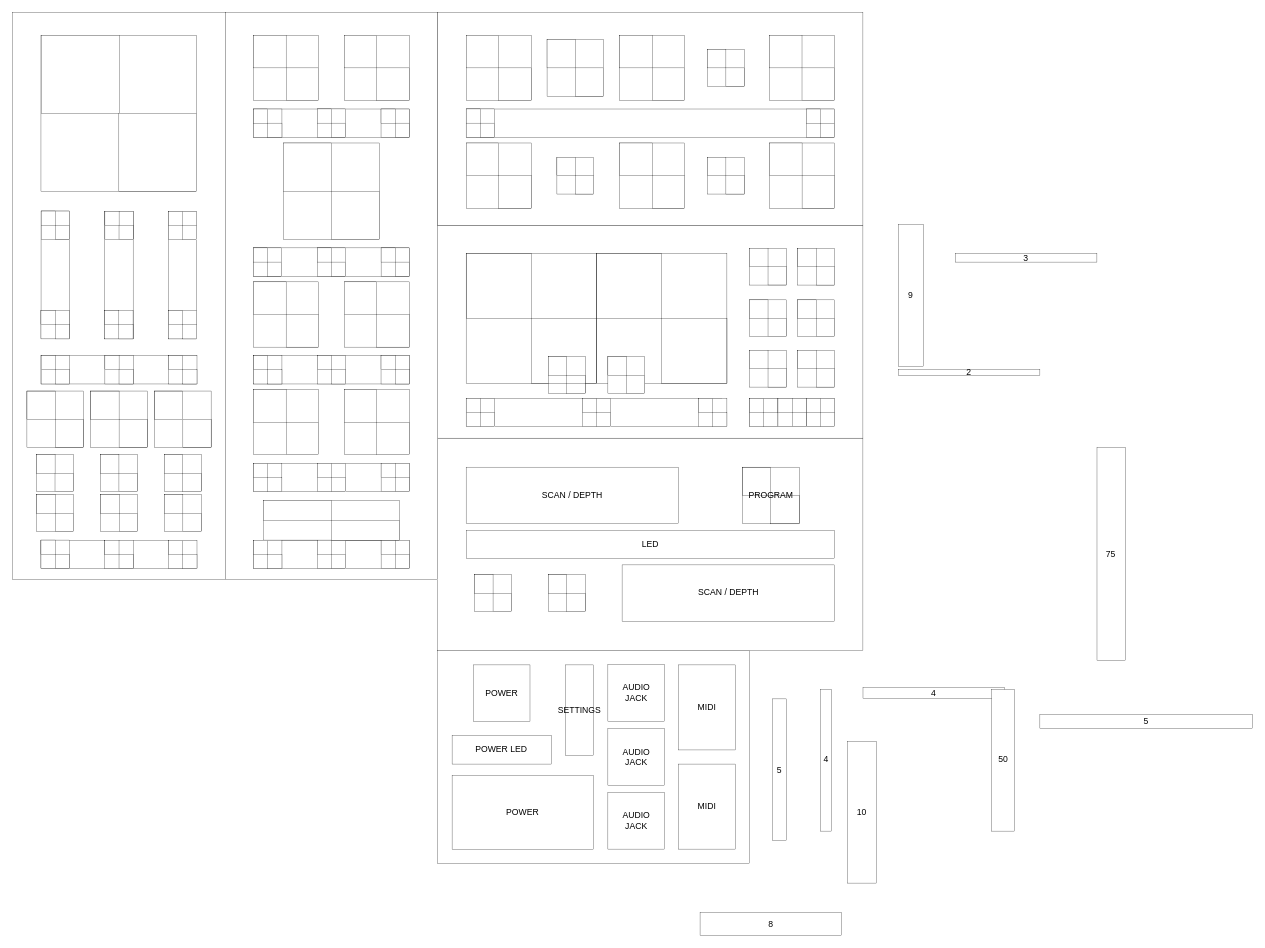
Earlier version of the draw.io diagram page "Page-3" (3 of 4) of Untitled Diagram.drawio (wtfedor/git_intro). Source tidied: cells renumbered, new cells numbered last; positions are measured from the earlier drawing's top-left corner, leaving out a move shared by most shapes. Both pictures are drawn from the tidied source at 72%, with x=0, y=0 at pixel (12, 12).
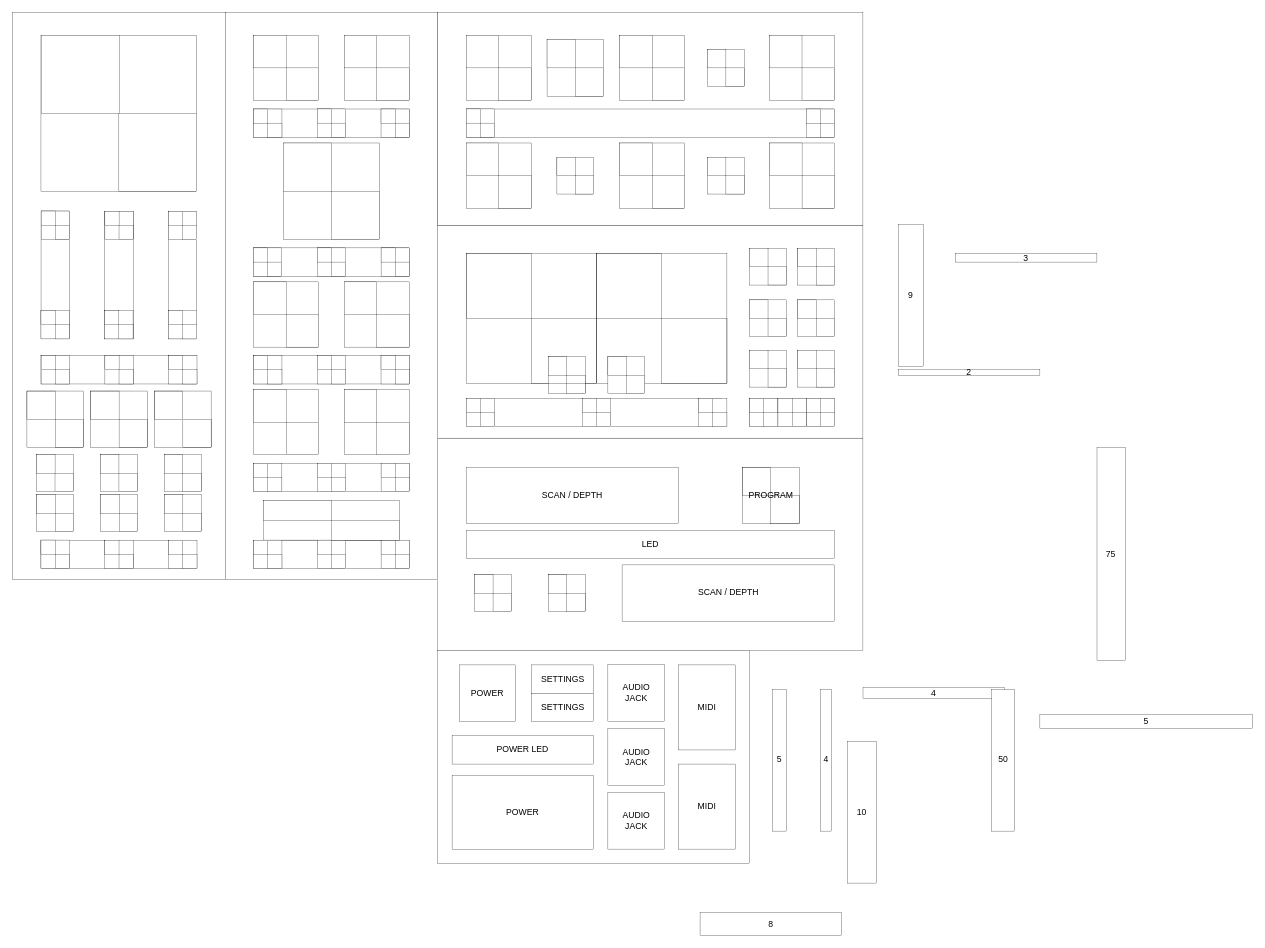
The same diagram, later.

Change to the diagram source:
```diff
@@
     <mxCell id="120" value="POWER LED" style="rounded=0;whiteSpace=wrap;html=1;strokeWidth=0.3937;direction=south;" parent="1" vertex="1">
-      <mxGeometry x="610.4" y="1004.3" width="137.8" height="39.4" as="geometry" />
+      <mxGeometry x="610.4" y="1004.3" width="196.8" height="39.4" as="geometry" />
     </mxCell>
     <mxCell id="121" value="5" style="rounded=0;whiteSpace=wrap;html=1;strokeWidth=0.3937;" parent="1" vertex="1">
-      <mxGeometry x="1055.1" y="953.2" width="19.7" height="196.8" as="geometry" />
+      <mxGeometry x="1055.1" y="940" width="19.7" height="196.8" as="geometry" />
     </mxCell>
@@
     <mxCell id="269" value="POWER" style="rounded=0;whiteSpace=wrap;html=1;strokeWidth=0.3937;" parent="1" vertex="1">
-      <mxGeometry x="639.9" y="906" width="78.7" height="78.7" as="geometry" />
+      <mxGeometry x="620.2" y="906" width="78.7" height="78.7" as="geometry" />
     </mxCell>
@@
-    <mxCell id="271" value="SETTINGS" style="rounded=0;whiteSpace=wrap;html=1;strokeWidth=0.3937;direction=south;" parent="1" vertex="1">
-      <mxGeometry x="767.8" y="906" width="39.4" height="126" as="geometry" />
+    <mxCell id="271" value="SETTINGS" style="rounded=0;whiteSpace=wrap;html=1;strokeWidth=0.3937;direction=west;" parent="1" vertex="1">
+      <mxGeometry x="720.5" y="906" width="86.6" height="39.4" as="geometry" />
     </mxCell>
+    <mxCell id="272" value="SETTINGS" style="rounded=0;whiteSpace=wrap;html=1;strokeWidth=0.3937;direction=west;" parent="1" vertex="1">
+      <mxGeometry x="720.5" y="945.4" width="86.6" height="39.4" as="geometry" />
+    </mxCell>
```
